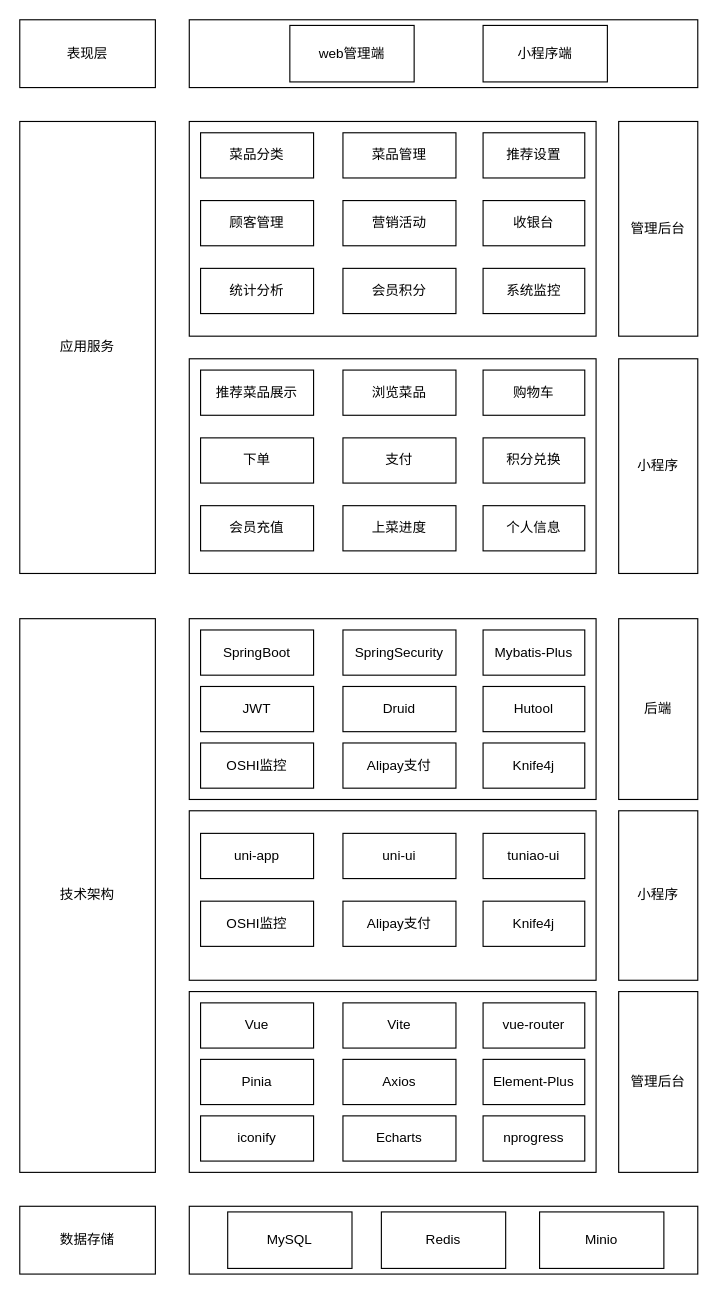
Above: PTUer架构图.drawio in wuyuhang911/draw (draw.io), before the change. Source tidied: cells renumbered, new cells numbered last; positions are measured from the earlier drawing's top-left corner, leaving out a move shared by most shapes. Both pictures are drawn from the tidied source at 113%, with x=0, y=0 at pixel (19, 19).
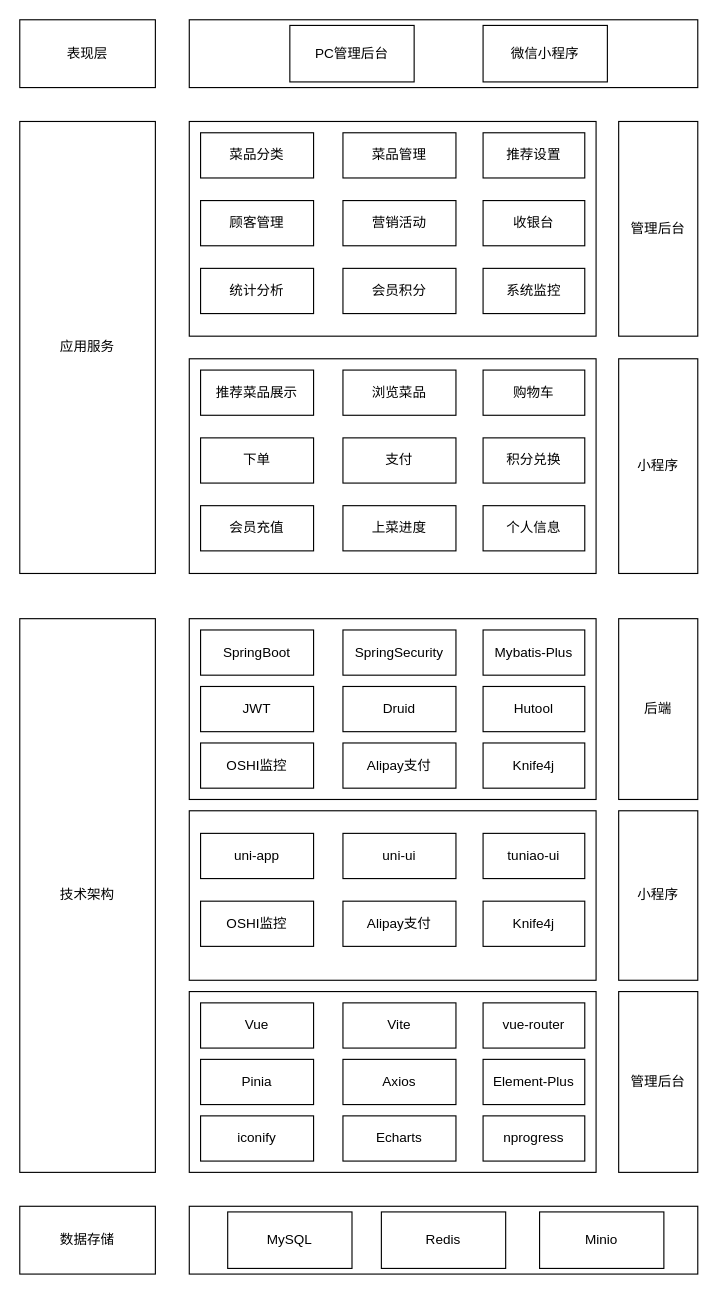
After the change.

Commit message (it also covers changes not shown here):
更新PTUer架构图.drawio

Diff of the diagram source:
```diff
@@
-    <mxCell id="4" value="web管理端" style="rounded=0;whiteSpace=wrap;html=1;" parent="1" vertex="1">
+    <mxCell id="4" value="PC管理后台" style="rounded=0;whiteSpace=wrap;html=1;" parent="1" vertex="1">
       <mxGeometry x="239" y="5" width="110" height="50" as="geometry" />
     </mxCell>
-    <mxCell id="5" value="小程序端" style="rounded=0;whiteSpace=wrap;html=1;" parent="1" vertex="1">
+    <mxCell id="5" value="微信小程序" style="rounded=0;whiteSpace=wrap;html=1;" parent="1" vertex="1">
       <mxGeometry x="410" y="5" width="110" height="50" as="geometry" />
     </mxCell>
```
